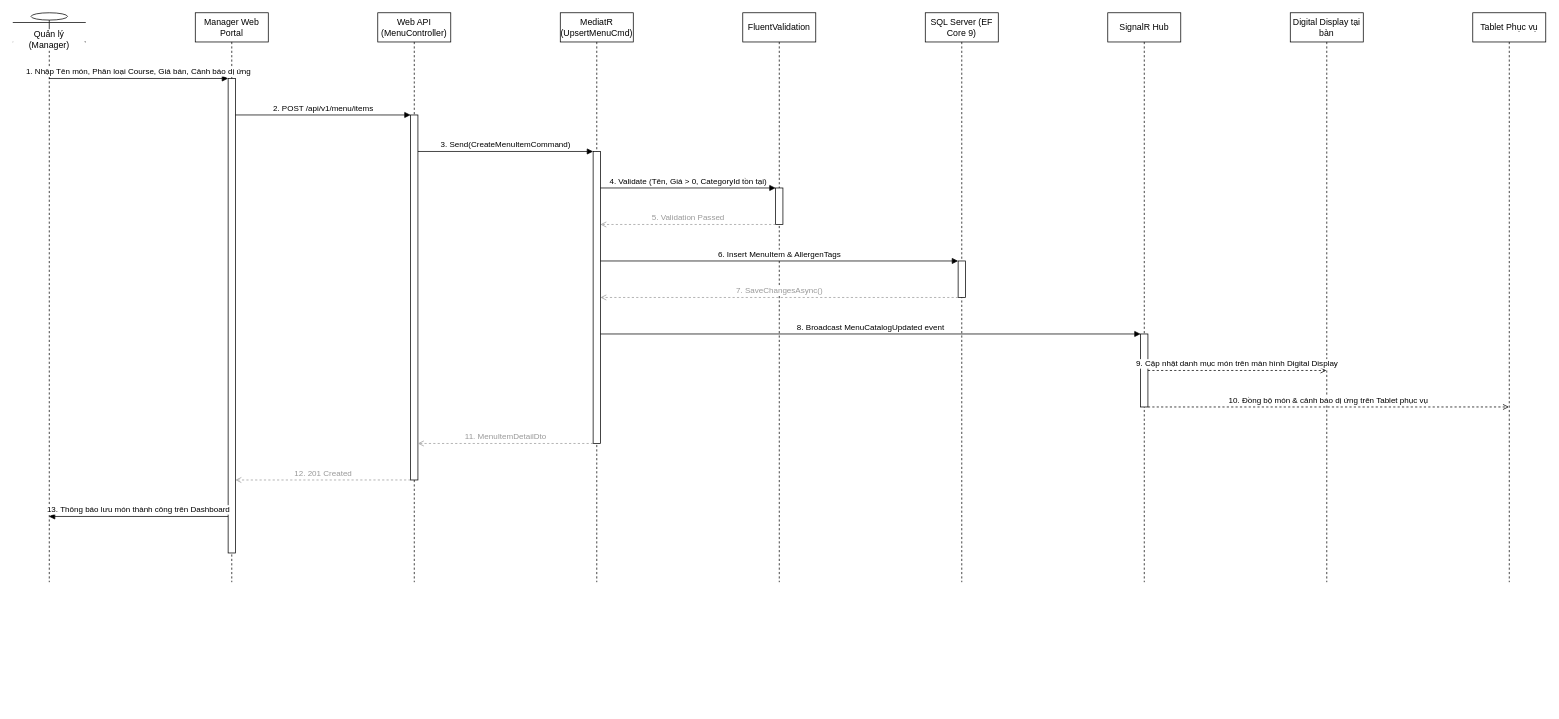
Before: docs/phase1/drawio/sd11_menu_management.drawio in AndrewQng/VinDining, a draw.io diagram. Source tidied: cells renumbered, new cells numbered last; positions are measured from the earlier drawing's top-left corner, leaving out a move shared by most shapes. Both pictures are drawn from the tidied source at 73%, with x=0, y=0 at pixel (12, 12).
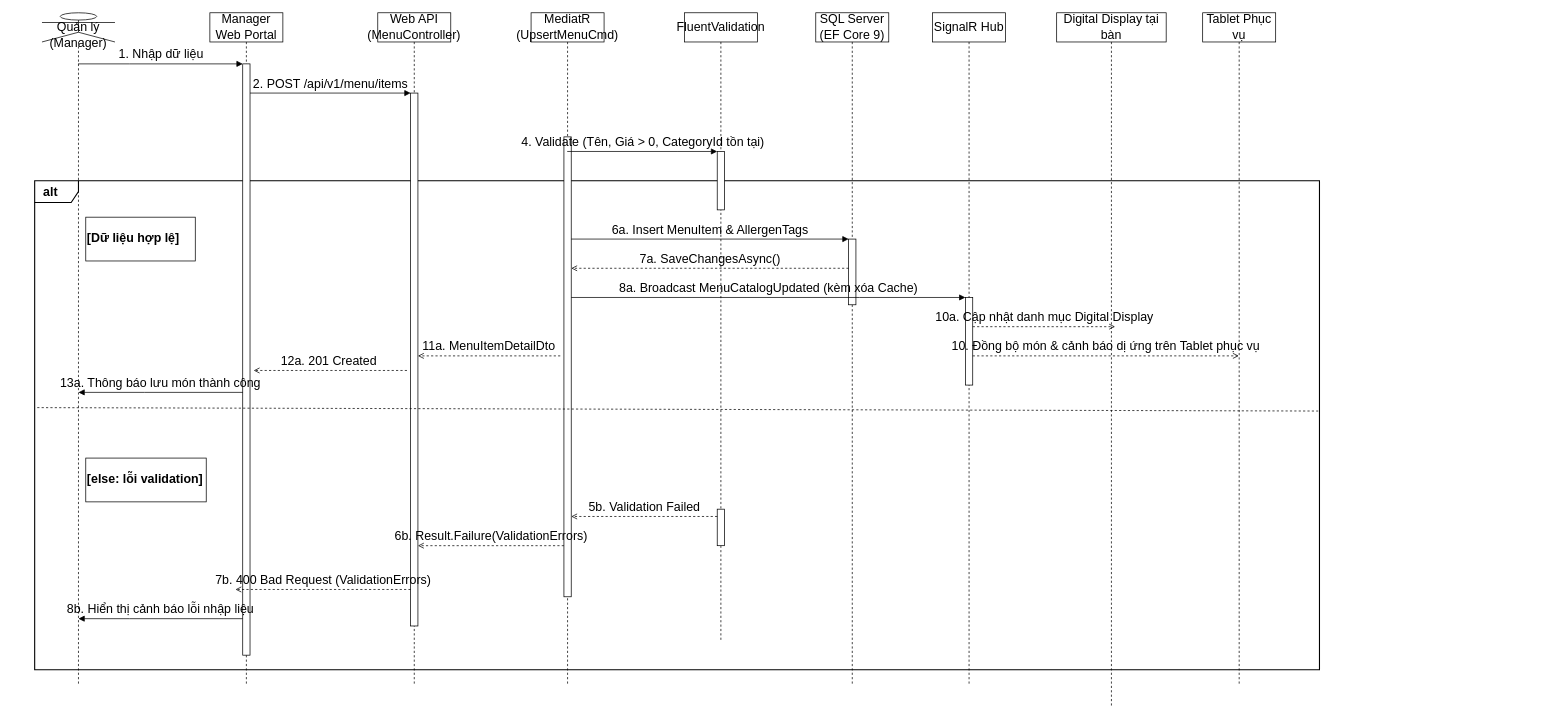
Above is the later version.

What changed in the source:
```diff
@@
+    <mxCell id="30" value="alt" style="shape=umlFrame;whiteSpace=wrap;html=1;width=60;height=30;boundedLbl=1;verticalAlign=top;align=left;spacingLeft=10;fillColor=none;strokeColor=light-dark(#000000,#000000);strokeWidth=1.5;fontColor=default;fontStyle=1;labelBackgroundColor=none;fontSize=17;" parent="1" vertex="1">
+      <mxGeometry x="30" y="230" width="1760" height="670" as="geometry" />
+    </mxCell>
-    <mxCell id="2" value="Quản lý (Manager)" style="shape=umlLifeline;perimeter=lifelinePerimeter;whiteSpace=wrap;html=1;outlineConnect=0;portConstraint=eastwest;size=40;participant=umlActor;verticalAlign=bottom;spacingBottom=-14;labelBackgroundColor=#ffffff;" parent="1" vertex="1">
-      <mxGeometry width="100" height="780" as="geometry" />
+    <mxCell id="2" value="Quản lý (Manager)" style="shape=umlLifeline;perimeter=lifelinePerimeter;whiteSpace=wrap;html=1;outlineConnect=0;portConstraint=eastwest;size=40;participant=umlActor;verticalAlign=bottom;spacingBottom=-14;labelBackgroundColor=none;fontSize=17;fontColor=default;strokeColor=light-dark(#000000,#000000);" parent="1" vertex="1">
+      <mxGeometry x="40" width="100" height="920" as="geometry" />
     </mxCell>
-    <mxCell id="3" value="Manager Web Portal" style="shape=umlLifeline;perimeter=lifelinePerimeter;whiteSpace=wrap;html=1;size=40;" parent="1" vertex="1">
-      <mxGeometry x="250" width="100" height="780" as="geometry" />
+    <mxCell id="3" value="Manager Web Portal" style="shape=umlLifeline;perimeter=lifelinePerimeter;whiteSpace=wrap;html=1;size=40;fontSize=17;fontColor=default;strokeColor=light-dark(#000000,#000000);labelBackgroundColor=none;" parent="1" vertex="1">
+      <mxGeometry x="270" width="100" height="920" as="geometry" />
     </mxCell>
+    <mxCell id="31" style="html=1;points=[];perimeter=orthogonalPerimeter;outlineConnect=0;fillColor=#ffffff;fontColor=default;fontSize=17;strokeColor=light-dark(#000000,#000000);labelBackgroundColor=none;" parent="3" vertex="1">
+      <mxGeometry x="45" y="70" width="10" height="810" as="geometry" />
+    </mxCell>
-    <mxCell id="4" value="Web API (MenuController)" style="shape=umlLifeline;perimeter=lifelinePerimeter;whiteSpace=wrap;html=1;size=40;" parent="1" vertex="1">
-      <mxGeometry x="500" width="100" height="780" as="geometry" />
+    <mxCell id="4" value="Web API (MenuController)" style="shape=umlLifeline;perimeter=lifelinePerimeter;whiteSpace=wrap;html=1;size=40;fontSize=17;fontColor=default;strokeColor=light-dark(#000000,#000000);labelBackgroundColor=none;" parent="1" vertex="1">
+      <mxGeometry x="500" width="100" height="920" as="geometry" />
     </mxCell>
+    <mxCell id="32" style="html=1;points=[];perimeter=orthogonalPerimeter;outlineConnect=0;fillColor=#ffffff;fontColor=default;fontSize=17;strokeColor=light-dark(#000000,#000000);labelBackgroundColor=none;" parent="4" vertex="1">
+      <mxGeometry x="45" y="110" width="10" height="730" as="geometry" />
+    </mxCell>
-    <mxCell id="5" value="MediatR (UpsertMenuCmd)" style="shape=umlLifeline;perimeter=lifelinePerimeter;whiteSpace=wrap;html=1;outlineConnect=0;portConstraint=eastwest;size=40;" parent="1" vertex="1">
-      <mxGeometry x="750" width="100" height="780" as="geometry" />
+    <mxCell id="5" value="MediatR (UpsertMenuCmd)" style="shape=umlLifeline;perimeter=lifelinePerimeter;whiteSpace=wrap;html=1;outlineConnect=0;portConstraint=eastwest;size=40;fontSize=17;fontColor=default;strokeColor=light-dark(#000000,#000000);labelBackgroundColor=none;" parent="1" vertex="1">
+      <mxGeometry x="710" width="100" height="920" as="geometry" />
     </mxCell>
+    <mxCell id="33" style="html=1;points=[];perimeter=orthogonalPerimeter;outlineConnect=0;fillColor=#ffffff;fontColor=default;fontSize=17;strokeColor=light-dark(#000000,#000000);labelBackgroundColor=none;" parent="5" vertex="1">
+      <mxGeometry x="45" y="170" width="10" height="630" as="geometry" />
+    </mxCell>
-    <mxCell id="6" value="FluentValidation" style="shape=umlLifeline;perimeter=lifelinePerimeter;whiteSpace=wrap;html=1;size=40;" parent="1" vertex="1">
-      <mxGeometry x="1000" width="100" height="780" as="geometry" />
+    <mxCell id="6" value="FluentValidation" style="shape=umlLifeline;perimeter=lifelinePerimeter;whiteSpace=wrap;html=1;size=40;fontSize=17;fontColor=default;strokeColor=light-dark(#000000,#000000);labelBackgroundColor=none;" parent="1" vertex="1">
+      <mxGeometry x="920" width="100" height="860" as="geometry" />
     </mxCell>
+    <mxCell id="34" style="html=1;points=[];perimeter=orthogonalPerimeter;outlineConnect=0;fillColor=#ffffff;fontColor=default;fontSize=17;strokeColor=light-dark(#000000,#000000);labelBackgroundColor=none;" parent="6" vertex="1">
+      <mxGeometry x="45" y="190" width="10" height="80" as="geometry" />
+    </mxCell>
+    <mxCell id="35" style="html=1;points=[];perimeter=orthogonalPerimeter;outlineConnect=0;fillColor=#ffffff;fontColor=default;fontSize=17;strokeColor=light-dark(#000000,#000000);labelBackgroundColor=none;" parent="6" vertex="1">
+      <mxGeometry x="45" y="680" width="10" height="50" as="geometry" />
+    </mxCell>
-    <mxCell id="7" value="SQL Server (EF Core 9)" style="shape=umlLifeline;perimeter=lifelinePerimeter;whiteSpace=wrap;html=1;size=40;" parent="1" vertex="1">
-      <mxGeometry x="1250" width="100" height="780" as="geometry" />
+    <mxCell id="7" value="SQL Server (EF Core 9)" style="shape=umlLifeline;perimeter=lifelinePerimeter;whiteSpace=wrap;html=1;size=40;fontSize=17;fontColor=default;strokeColor=light-dark(#000000,#000000);labelBackgroundColor=none;" parent="1" vertex="1">
+      <mxGeometry x="1100" width="100" height="920" as="geometry" />
     </mxCell>
+    <mxCell id="36" style="html=1;points=[];perimeter=orthogonalPerimeter;outlineConnect=0;fillColor=#ffffff;fontColor=default;fontSize=17;strokeColor=light-dark(#000000,#000000);labelBackgroundColor=none;" parent="7" vertex="1">
+      <mxGeometry x="45" y="310" width="10" height="90" as="geometry" />
+    </mxCell>
-    <mxCell id="8" value="SignalR Hub" style="shape=umlLifeline;perimeter=lifelinePerimeter;whiteSpace=wrap;html=1;size=40;" parent="1" vertex="1">
-      <mxGeometry x="1500" width="100" height="780" as="geometry" />
+    <mxCell id="8" value="SignalR Hub" style="shape=umlLifeline;perimeter=lifelinePerimeter;whiteSpace=wrap;html=1;size=40;fontSize=17;fontColor=default;strokeColor=light-dark(#000000,#000000);labelBackgroundColor=none;" parent="1" vertex="1">
+      <mxGeometry x="1260" width="100" height="920" as="geometry" />
     </mxCell>
+    <mxCell id="37" style="html=1;points=[];perimeter=orthogonalPerimeter;outlineConnect=0;fillColor=#ffffff;fontColor=default;fontSize=17;strokeColor=light-dark(#000000,#000000);labelBackgroundColor=none;" parent="8" vertex="1">
+      <mxGeometry x="45" y="390" width="10" height="120" as="geometry" />
+    </mxCell>
-    <mxCell id="9" value="Digital Display tại bàn" style="shape=umlLifeline;perimeter=lifelinePerimeter;whiteSpace=wrap;html=1;outlineConnect=0;portConstraint=eastwest;size=40;" parent="1" vertex="1">
-      <mxGeometry x="1750" width="100" height="780" as="geometry" />
+    <mxCell id="9" value="Digital Display tại bàn" style="shape=umlLifeline;perimeter=lifelinePerimeter;whiteSpace=wrap;html=1;outlineConnect=0;portConstraint=eastwest;size=40;fontSize=17;fontColor=default;strokeColor=light-dark(#000000,#000000);labelBackgroundColor=none;" parent="1" vertex="1">
+      <mxGeometry x="1430" width="150" height="950" as="geometry" />
     </mxCell>
-    <mxCell id="10" value="Tablet Phục vụ" style="shape=umlLifeline;perimeter=lifelinePerimeter;whiteSpace=wrap;html=1;outlineConnect=0;portConstraint=eastwest;size=40;" parent="1" vertex="1">
-      <mxGeometry x="2000" width="100" height="780" as="geometry" />
+    <mxCell id="10" value="Tablet Phục vụ" style="shape=umlLifeline;perimeter=lifelinePerimeter;whiteSpace=wrap;html=1;outlineConnect=0;portConstraint=eastwest;size=40;fontSize=17;fontColor=default;strokeColor=light-dark(#000000,#000000);labelBackgroundColor=none;" parent="1" vertex="1">
+      <mxGeometry x="1630" width="100" height="920" as="geometry" />
     </mxCell>
-    <mxCell id="11" style="html=1;points=[];perimeter=orthogonalPerimeter;outlineConnect=0;fillColor=#ffffff;" parent="6" vertex="1">
-      <mxGeometry x="45" y="240" width="10" height="50" as="geometry" />
-    </mxCell>
-    <mxCell id="12" style="html=1;points=[];perimeter=orthogonalPerimeter;outlineConnect=0;fillColor=#ffffff;" parent="7" vertex="1">
-      <mxGeometry x="45" y="340" width="10" height="50" as="geometry" />
-    </mxCell>
-    <mxCell id="13" style="html=1;points=[];perimeter=orthogonalPerimeter;outlineConnect=0;fillColor=#ffffff;" parent="8" vertex="1">
-      <mxGeometry x="45" y="440" width="10" height="100" as="geometry" />
-    </mxCell>
-    <mxCell id="14" style="html=1;points=[];perimeter=orthogonalPerimeter;outlineConnect=0;fillColor=#ffffff;" parent="5" vertex="1">
-      <mxGeometry x="45" y="190" width="10" height="400" as="geometry" />
-    </mxCell>
-    <mxCell id="15" style="html=1;points=[];perimeter=orthogonalPerimeter;outlineConnect=0;fillColor=#ffffff;" parent="4" vertex="1">
-      <mxGeometry x="45" y="140" width="10" height="500" as="geometry" />
-    </mxCell>
-    <mxCell id="16" style="html=1;points=[];perimeter=orthogonalPerimeter;outlineConnect=0;fillColor=#ffffff;" parent="3" vertex="1">
-      <mxGeometry x="45" y="90" width="10" height="650" as="geometry" />
-    </mxCell>
-    <mxCell id="17" value="1. Nhập Tên món, Phân loại Course, Giá bán, Cảnh báo dị ứng" style="html=1;verticalAlign=bottom;endArrow=block;curved=0;rounded=0;exitX=0.5;exitY=0.1154;entryX=0;entryY=0.0;" parent="1" edge="1" source="2" target="16">
-      <mxGeometry relative="1" as="geometry" />
+    <mxCell id="17" value="1. Nhập dữ liệu" style="html=1;verticalAlign=bottom;endArrow=block;curved=0;rounded=0;entryX=0;entryY=0.0;fontSize=17;fontColor=default;strokeColor=light-dark(#000000,#000000);labelBackgroundColor=none;" parent="1" edge="1" source="2" target="31">
+      <mxGeometry relative="1" as="geometry">
+        <Array as="points">
+          <mxPoint x="160" y="70" />
+        </Array>
+      </mxGeometry>
     </mxCell>
-    <mxCell id="18" value="2. POST /api/v1/menu/items" style="html=1;verticalAlign=bottom;endArrow=block;curved=0;rounded=0;exitX=1;exitY=0.0769;entryX=0;entryY=0.0;" parent="1" edge="1" source="16" target="15">
-      <mxGeometry relative="1" as="geometry" />
+    <mxCell id="18" value="2. POST /api/v1/menu/items" style="html=1;verticalAlign=bottom;endArrow=block;curved=0;rounded=0;entryX=0;entryY=0.0;fontSize=17;fontColor=default;strokeColor=light-dark(#000000,#000000);labelBackgroundColor=none;" parent="1" edge="1" source="31" target="32">
+      <mxGeometry relative="1" as="geometry">
+        <Array as="points">
+          <mxPoint x="410" y="110" />
+        </Array>
+      </mxGeometry>
     </mxCell>
-    <mxCell id="19" value="3. Send(CreateMenuItemCommand)" style="html=1;verticalAlign=bottom;endArrow=block;curved=0;rounded=0;exitX=1;exitY=0.1;entryX=0;entryY=0.0;" parent="1" edge="1" source="15" target="14">
-      <mxGeometry relative="1" as="geometry" />
+    <mxCell id="19" value="3. Send(CreateMenuItemCommand)" style="html=1;verticalAlign=bottom;endArrow=block;curved=0;rounded=0;entryX=0;entryY=0.0;fontSize=17;fontColor=light-dark(#FFFFFF,#FFFFFF);" parent="1" edge="1">
+      <mxGeometry relative="1" as="geometry">
+        <Array as="points">
+          <mxPoint x="660" y="150" />
+        </Array>
+      </mxGeometry>
     </mxCell>
-    <mxCell id="20" value="4. Validate (Tên, Giá &gt; 0, CategoryId tồn tại)" style="html=1;verticalAlign=bottom;endArrow=block;curved=0;rounded=0;exitX=1;exitY=0.125;entryX=0;entryY=0.0;" parent="1" edge="1" source="14" target="11">
-      <mxGeometry relative="1" as="geometry" />
+    <mxCell id="20" value="4. Validate (Tên, Giá &amp;gt; 0, CategoryId tồn tại)" style="html=1;verticalAlign=bottom;endArrow=block;curved=0;rounded=0;entryX=0;entryY=0.0;fontSize=17;fontColor=default;strokeColor=light-dark(#000000,#000000);labelBackgroundColor=none;" parent="1" edge="1" source="5" target="34">
+      <mxGeometry relative="1" as="geometry">
+        <Array as="points">
+          <mxPoint x="910" y="190" />
+        </Array>
+      </mxGeometry>
     </mxCell>
+    <mxCell id="38" value="[Dữ liệu hợp lệ]" style="text;html=1;strokeColor=light-dark(#000000,#000000);fillColor=none;align=left;verticalAlign=middle;whiteSpace=wrap;rounded=0;fontColor=default;fontStyle=1;fontSize=17;labelBackgroundColor=none;" parent="1" vertex="1">
+      <mxGeometry x="100" y="280" width="150" height="60" as="geometry" />
+    </mxCell>
-    <mxCell id="21" value="5. Validation Passed" style="html=1;verticalAlign=bottom;endArrow=open;dashed=1;curved=0;rounded=0;strokeColor=#999999;fontColor=#999999;exitX=0;exitY=1.0;entryX=1;entryY=0.25;" parent="1" edge="1" source="11" target="14">
-      <mxGeometry relative="1" as="geometry" />
+    <mxCell id="21" value="5a. Validation Passed" style="html=1;verticalAlign=bottom;endArrow=open;dashed=1;curved=0;rounded=0;strokeColor=#999999;fontColor=light-dark(#FFFFFF,#FFFFFF);entryX=1;entryY=0.25;fontSize=17;" parent="1" edge="1">
+      <mxGeometry relative="1" as="geometry">
+        <Array as="points">
+          <mxPoint x="910" y="270" />
+        </Array>
+      </mxGeometry>
     </mxCell>
-    <mxCell id="22" value="6. Insert MenuItem &amp; AllergenTags" style="html=1;verticalAlign=bottom;endArrow=block;curved=0;rounded=0;exitX=1;exitY=0.375;entryX=0;entryY=0.0;" parent="1" edge="1" source="14" target="12">
-      <mxGeometry relative="1" as="geometry" />
+    <mxCell id="22" value="6a. Insert MenuItem &amp;amp; AllergenTags" style="html=1;verticalAlign=bottom;endArrow=block;curved=0;rounded=0;entryX=0;entryY=0.0;fontSize=17;fontColor=default;strokeColor=light-dark(#000000,#000000);labelBackgroundColor=none;" parent="1" edge="1" source="33" target="36">
+      <mxGeometry relative="1" as="geometry">
+        <Array as="points">
+          <mxPoint x="1010" y="310" />
+        </Array>
+      </mxGeometry>
     </mxCell>
-    <mxCell id="23" value="7. SaveChangesAsync()" style="html=1;verticalAlign=bottom;endArrow=open;dashed=1;curved=0;rounded=0;strokeColor=#999999;fontColor=#999999;exitX=0;exitY=1.0;entryX=1;entryY=0.5;" parent="1" edge="1" source="12" target="14">
-      <mxGeometry relative="1" as="geometry" />
+    <mxCell id="23" value="7a. SaveChangesAsync()" style="html=1;verticalAlign=bottom;endArrow=open;dashed=1;curved=0;rounded=0;strokeColor=light-dark(#000000,#000000);fontColor=default;fontSize=17;labelBackgroundColor=none;" parent="1" edge="1" source="36" target="33">
+      <mxGeometry relative="1" as="geometry">
+        <Array as="points">
+          <mxPoint x="1010" y="350" />
+        </Array>
+      </mxGeometry>
     </mxCell>
-    <mxCell id="24" value="8. Broadcast MenuCatalogUpdated event" style="html=1;verticalAlign=bottom;endArrow=block;curved=0;rounded=0;exitX=1;exitY=0.625;entryX=0;entryY=0.0;" parent="1" edge="1" source="14" target="13">
-      <mxGeometry relative="1" as="geometry" />
+    <mxCell id="24" value="8a. Broadcast MenuCatalogUpdated (kèm xóa Cache)" style="html=1;verticalAlign=bottom;endArrow=block;curved=0;rounded=0;entryX=0;entryY=0.0;fontSize=17;fontColor=default;strokeColor=light-dark(#000000,#000000);labelBackgroundColor=none;" parent="1" edge="1" source="33" target="37">
+      <mxGeometry relative="1" as="geometry">
+        <Array as="points">
+          <mxPoint x="1160" y="390" />
+        </Array>
+      </mxGeometry>
     </mxCell>
-    <mxCell id="25" value="9. Cập nhật danh mục món trên màn hình Digital Display" style="html=1;verticalAlign=bottom;endArrow=open;dashed=1;curved=0;rounded=0;exitX=1;exitY=0.5;entryX=0.5;entryY=0.6282;" parent="1" edge="1" source="13" target="9">
-      <mxGeometry relative="1" as="geometry" />
+    <mxCell id="25" value="10a. Cập nhật danh mục Digital Display" style="html=1;verticalAlign=bottom;endArrow=open;dashed=1;curved=0;rounded=0;fontSize=17;fontColor=default;strokeColor=light-dark(#000000,#000000);labelBackgroundColor=none;" parent="1" edge="1" source="37">
+      <mxGeometry relative="1" as="geometry">
+        <mxPoint x="1510" y="430" as="targetPoint" />
+        <Array as="points">
+          <mxPoint x="1430" y="430" />
+        </Array>
+      </mxGeometry>
     </mxCell>
-    <mxCell id="26" value="10. Đồng bộ món &amp; cảnh báo dị ứng trên Tablet phục vụ" style="html=1;verticalAlign=bottom;endArrow=open;dashed=1;curved=0;rounded=0;exitX=1;exitY=1.0;entryX=0.5;entryY=0.6923;" parent="1" edge="1" source="13" target="10">
-      <mxGeometry relative="1" as="geometry" />
+    <mxCell id="26" value="10. Đồng bộ món &amp;amp; cảnh báo dị ứng trên Tablet phục vụ" style="html=1;verticalAlign=bottom;endArrow=open;dashed=1;curved=0;rounded=0;fontSize=17;fontColor=default;strokeColor=light-dark(#000000,#000000);labelBackgroundColor=none;" parent="1" edge="1" source="37" target="10">
+      <mxGeometry relative="1" as="geometry">
+        <Array as="points">
+          <mxPoint x="1610" y="470" />
+        </Array>
+      </mxGeometry>
     </mxCell>
-    <mxCell id="27" value="11. MenuItemDetailDto" style="html=1;verticalAlign=bottom;endArrow=open;dashed=1;curved=0;rounded=0;strokeColor=#999999;fontColor=#999999;exitX=0;exitY=1.0;entryX=1;entryY=0.9;" parent="1" edge="1" source="14" target="15">
-      <mxGeometry relative="1" as="geometry" />
+    <mxCell id="27" value="11a. MenuItemDetailDto" style="html=1;verticalAlign=bottom;endArrow=open;dashed=1;curved=0;rounded=0;strokeColor=light-dark(#000000,#000000);fontColor=default;fontSize=17;labelBackgroundColor=none;" parent="1" edge="1">
+      <mxGeometry relative="1" as="geometry">
+        <mxPoint x="750" y="470" as="sourcePoint" />
+        <mxPoint x="555" y="470" as="targetPoint" />
+        <Array as="points">
+          <mxPoint x="660" y="470" />
+        </Array>
+      </mxGeometry>
     </mxCell>
-    <mxCell id="28" value="12. 201 Created" style="html=1;verticalAlign=bottom;endArrow=open;dashed=1;curved=0;rounded=0;strokeColor=#999999;fontColor=#999999;exitX=0;exitY=1.0;entryX=1;entryY=0.8462;" parent="1" edge="1" source="15" target="16">
-      <mxGeometry relative="1" as="geometry" />
+    <mxCell id="28" value="12a. 201 Created&amp;nbsp;" style="html=1;verticalAlign=bottom;endArrow=open;dashed=1;rounded=0;strokeColor=light-dark(#000000,#000000);fontColor=default;fontSize=17;labelBackgroundColor=none;" parent="1" edge="1">
+      <mxGeometry relative="1" as="geometry">
+        <mxPoint x="540" y="490" as="sourcePoint" />
+        <mxPoint x="330" y="490" as="targetPoint" />
+      </mxGeometry>
     </mxCell>
-    <mxCell id="29" value="13. Thông báo lưu món thành công trên Dashboard" style="html=1;verticalAlign=bottom;endArrow=block;curved=0;rounded=0;exitX=0;exitY=0.9231;entryX=0.5;entryY=0.8846;" parent="1" edge="1" source="16" target="2">
-      <mxGeometry relative="1" as="geometry" />
+    <mxCell id="29" value="13a. Thông báo lưu món thành công" style="html=1;verticalAlign=bottom;endArrow=block;curved=0;rounded=0;fontSize=17;fontColor=default;strokeColor=light-dark(#000000,#000000);labelBackgroundColor=none;" parent="1" edge="1">
+      <mxGeometry relative="1" as="geometry">
+        <mxPoint x="315.2" y="520" as="sourcePoint" />
+        <mxPoint x="89.9" y="520" as="targetPoint" />
+        <Array as="points">
+          <mxPoint x="180.2" y="520" />
+        </Array>
+      </mxGeometry>
     </mxCell>
+    <mxCell id="39" value="5b. Validation Failed" style="html=1;verticalAlign=bottom;endArrow=open;dashed=1;curved=0;rounded=0;strokeColor=light-dark(#000000,#000000);fontColor=default;fontSize=17;labelBackgroundColor=none;" parent="1" edge="1" source="35" target="33">
+      <mxGeometry relative="1" as="geometry">
+        <Array as="points">
+          <mxPoint x="910" y="690" />
+        </Array>
+      </mxGeometry>
+    </mxCell>
+    <mxCell id="40" value="6b. Result.Failure(ValidationErrors)" style="html=1;verticalAlign=bottom;endArrow=open;dashed=1;curved=0;rounded=0;strokeColor=light-dark(#000000,#000000);fontColor=default;fontSize=17;labelBackgroundColor=none;" parent="1" edge="1">
+      <mxGeometry relative="1" as="geometry">
+        <mxPoint x="755" y="730" as="sourcePoint" />
+        <mxPoint x="555" y="730" as="targetPoint" />
+        <Array as="points">
+          <mxPoint x="660" y="730" />
+        </Array>
+      </mxGeometry>
+    </mxCell>
+    <mxCell id="41" value="7b. 400 Bad Request (ValidationErrors)" style="html=1;verticalAlign=bottom;endArrow=open;dashed=1;curved=0;rounded=0;strokeColor=light-dark(#000000,#000000);fontColor=default;fontSize=17;labelBackgroundColor=none;" parent="1" edge="1">
+      <mxGeometry relative="1" as="geometry">
+        <mxPoint x="545" y="790" as="sourcePoint" />
+        <mxPoint x="305" y="790" as="targetPoint" />
+        <Array as="points">
+          <mxPoint x="410" y="790" />
+        </Array>
+      </mxGeometry>
+    </mxCell>
+    <mxCell id="42" value="8b. Hiển thị cảnh báo lỗi nhập liệu" style="html=1;verticalAlign=bottom;endArrow=block;curved=0;rounded=0;strokeColor=light-dark(#000000,#000000);fontColor=default;fontSize=17;labelBackgroundColor=none;" parent="1" edge="1">
+      <mxGeometry relative="1" as="geometry">
+        <mxPoint x="315" y="830" as="sourcePoint" />
+        <mxPoint x="89.9" y="830" as="targetPoint" />
+        <Array as="points">
+          <mxPoint x="160" y="830" />
+        </Array>
+      </mxGeometry>
+    </mxCell>
+    <mxCell id="43" value="[else: lỗi validation]" style="text;html=1;strokeColor=light-dark(#000000,#000000);fillColor=none;align=left;verticalAlign=middle;whiteSpace=wrap;rounded=0;fontColor=default;fontStyle=1;fontSize=17;labelBackgroundColor=none;" parent="1" vertex="1">
+      <mxGeometry x="100" y="610" width="165" height="60" as="geometry" />
+    </mxCell>
+    <mxCell id="44" style="endArrow=none;dashed=1;html=1;rounded=0;exitX=0.002;exitY=0.464;exitDx=0;exitDy=0;exitPerimeter=0;entryX=0.999;entryY=0.471;entryDx=0;entryDy=0;entryPerimeter=0;" parent="1" edge="1" source="30" target="30">
+      <mxGeometry relative="1" as="geometry" />
+    </mxCell>
```
